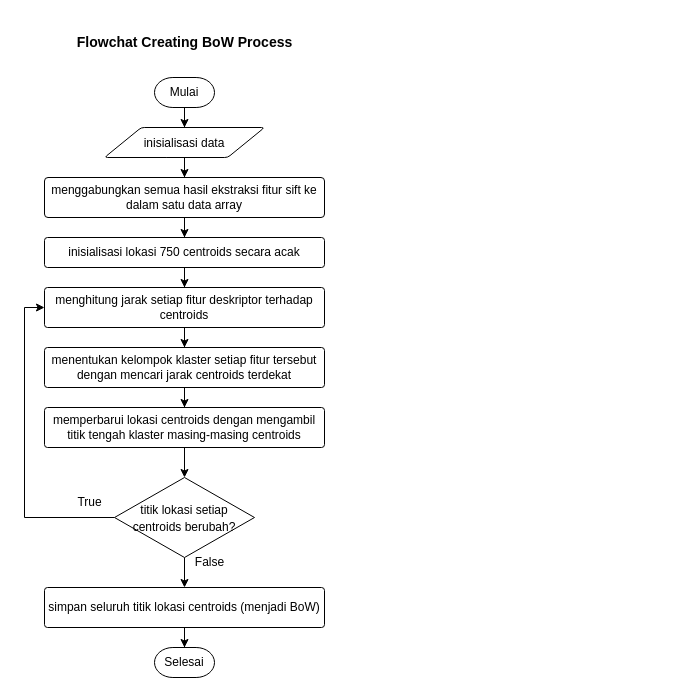
The draw.io diagram page "Flowchart Create BoW" (9 of 13) of Tugas Akhir.drawio in RTAgung/tugas-akhir, before the edit. Source tidied: cells renumbered, new cells numbered last; positions are measured from the earlier drawing's top-left corner, leaving out a move shared by most shapes. Both pictures are drawn from the tidied source at 100%, with x=0, y=0 at pixel (24, 27).
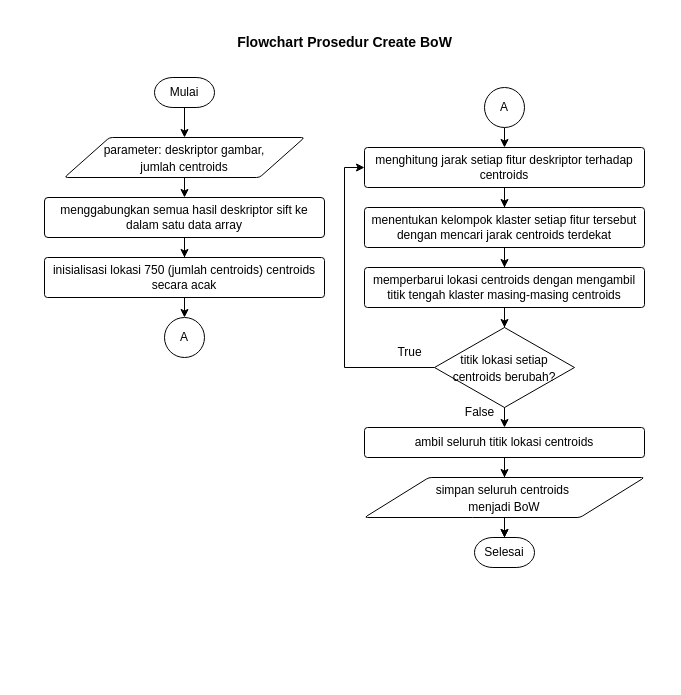
The same diagram, later.

The change refers to these unchanged cells:
```xml
<mxCell id="3" value="Mulai" style="strokeWidth=1;html=1;shape=mxgraph.flowchart.terminator;whiteSpace=wrap;" parent="1" vertex="1">
  <mxGeometry x="130" y="50" width="60" height="30" as="geometry" />
</mxCell>
```

What changed in the source:
```diff
@@
+    <mxCell id="25" style="rounded=0;whiteSpace=wrap;html=1;strokeColor=none;" parent="1" vertex="1">
+      <mxGeometry y="-10" width="640" height="570" as="geometry" />
+    </mxCell>
-    <mxCell id="2" style="edgeStyle=orthogonalEdgeStyle;rounded=0;jettySize=auto;html=1;entryX=0.5;entryY=0;entryDx=0;entryDy=0;fontSize=14;strokeWidth=1;" parent="1" edge="1" source="3" target="7">
+    <mxCell id="2" style="edgeStyle=orthogonalEdgeStyle;rounded=0;jettySize=auto;html=1;entryX=0.5;entryY=0;entryDx=0;entryDy=0;fontSize=14;strokeWidth=1;" parent="1" edge="1" source="3" target="28">
       <mxGeometry relative="1" as="geometry" />
     </mxCell>
@@
-    <mxCell id="5" value="menggabungkan semua hasil ekstraksi fitur sift ke dalam satu data array" style="rounded=1;whiteSpace=wrap;html=1;absoluteArcSize=1;arcSize=7;strokeWidth=1;" parent="1" vertex="1">
-      <mxGeometry x="20" y="150" width="280" height="40" as="geometry" />
+    <mxCell id="5" value="menggabungkan semua hasil deskriptor sift ke dalam satu data array" style="rounded=1;whiteSpace=wrap;html=1;absoluteArcSize=1;arcSize=7;strokeWidth=1;" parent="1" vertex="1">
+      <mxGeometry x="20" y="170" width="280" height="40" as="geometry" />
     </mxCell>
-    <mxCell id="6" style="edgeStyle=orthogonalEdgeStyle;rounded=0;jettySize=auto;html=1;entryX=0.5;entryY=0;entryDx=0;entryDy=0;fontSize=14;strokeWidth=1;" parent="1" edge="1" source="7" target="5">
+    <mxCell id="6" style="edgeStyle=orthogonalEdgeStyle;rounded=0;jettySize=auto;html=1;entryX=0.5;entryY=0;entryDx=0;entryDy=0;fontSize=14;strokeWidth=1;exitX=0.5;exitY=1;exitDx=0;exitDy=0;" parent="1" edge="1" source="28" target="5">
       <mxGeometry relative="1" as="geometry" />
     </mxCell>
-    <mxCell id="7" value="&lt;font style=&quot;font-size: 12px;&quot;&gt;inisialisasi data&lt;/font&gt;" style="shape=parallelogram;html=1;strokeWidth=1;perimeter=parallelogramPerimeter;whiteSpace=wrap;rounded=1;arcSize=6;size=0.23;fontSize=14;" parent="1" vertex="1">
-      <mxGeometry x="80" y="100" width="160" height="30" as="geometry" />
-    </mxCell>
-    <mxCell id="8" style="edgeStyle=orthogonalEdgeStyle;rounded=0;jettySize=auto;html=1;entryX=0.5;entryY=0;entryDx=0;entryDy=0;fontSize=14;strokeWidth=1;" parent="1" edge="1" source="9" target="11">
-      <mxGeometry relative="1" as="geometry" />
-    </mxCell>
+    <mxCell id="26" style="edgeStyle=orthogonalEdgeStyle;rounded=0;jettySize=auto;html=1;exitX=0.5;exitY=1;exitDx=0;exitDy=0;entryX=0.5;entryY=0;entryDx=0;entryDy=0;" parent="1" edge="1" source="9" target="32">
+      <mxGeometry relative="1" as="geometry" />
+    </mxCell>
-    <mxCell id="9" value="inisialisasi lokasi 750 centroids secara acak" style="rounded=1;whiteSpace=wrap;html=1;absoluteArcSize=1;arcSize=6;strokeWidth=1;" parent="1" vertex="1">
-      <mxGeometry x="20" y="210" width="280" height="30" as="geometry" />
+    <mxCell id="9" value="inisialisasi lokasi 750 (jumlah centroids) centroids secara acak" style="rounded=1;whiteSpace=wrap;html=1;absoluteArcSize=1;arcSize=6;strokeWidth=1;" parent="1" vertex="1">
+      <mxGeometry x="20" y="230" width="280" height="40" as="geometry" />
     </mxCell>
@@
     <mxCell id="11" value="menghitung jarak setiap fitur deskriptor terhadap centroids" style="rounded=1;whiteSpace=wrap;html=1;absoluteArcSize=1;arcSize=6;strokeWidth=1;" parent="1" vertex="1">
-      <mxGeometry x="20" y="260" width="280" height="40" as="geometry" />
+      <mxGeometry x="340" y="120" width="280" height="40" as="geometry" />
     </mxCell>
@@
     <mxCell id="13" value="menentukan kelompok klaster setiap fitur tersebut dengan mencari jarak centroids terdekat" style="rounded=1;whiteSpace=wrap;html=1;absoluteArcSize=1;arcSize=6;strokeWidth=1;" parent="1" vertex="1">
-      <mxGeometry x="20" y="320" width="280" height="40" as="geometry" />
+      <mxGeometry x="340" y="180" width="280" height="40" as="geometry" />
     </mxCell>
@@
     <mxCell id="15" value="memperbarui lokasi centroids dengan mengambil titik tengah klaster masing-masing centroids" style="rounded=1;whiteSpace=wrap;html=1;absoluteArcSize=1;arcSize=6;strokeWidth=1;" parent="1" vertex="1">
-      <mxGeometry x="20" y="380" width="280" height="40" as="geometry" />
+      <mxGeometry x="340" y="240" width="280" height="40" as="geometry" />
     </mxCell>
-    <mxCell id="16" value="&lt;font style=&quot;font-size: 14px;&quot;&gt;&lt;b style=&quot;font-size: 14px;&quot;&gt;Flowchat Creating BoW Process&lt;/b&gt;&lt;/font&gt;" style="text;html=1;align=center;verticalAlign=middle;strokeColor=none;fillColor=none;fontSize=14;" parent="1" vertex="1">
-      <mxGeometry x="40" width="240" height="30" as="geometry" />
+    <mxCell id="16" value="&lt;font style=&quot;font-size: 14px;&quot;&gt;&lt;b style=&quot;font-size: 14px;&quot;&gt;Flowchart Prosedur&amp;nbsp;&lt;/b&gt;&lt;/font&gt;&lt;b&gt;Create BoW&lt;/b&gt;" style="text;html=1;align=center;verticalAlign=middle;strokeColor=none;fillColor=none;fontSize=14;" parent="1" vertex="1">
+      <mxGeometry x="200" width="240" height="30" as="geometry" />
     </mxCell>
     <mxCell id="17" style="edgeStyle=orthogonalEdgeStyle;rounded=0;jettySize=auto;html=1;entryX=0;entryY=0.5;entryDx=0;entryDy=0;fontSize=12;strokeWidth=1;exitX=0;exitY=0.5;exitDx=0;exitDy=0;exitPerimeter=0;" parent="1" edge="1" source="19" target="11">
       <mxGeometry relative="1" as="geometry">
         <Array as="points">
-          <mxPoint y="490" />
-          <mxPoint y="280" />
+          <mxPoint x="320" y="340" />
+          <mxPoint x="320" y="140" />
         </Array>
       </mxGeometry>
     </mxCell>
-    <mxCell id="18" style="edgeStyle=orthogonalEdgeStyle;rounded=0;jettySize=auto;html=1;entryX=0.5;entryY=0;entryDx=0;entryDy=0;fontSize=12;strokeWidth=1;" parent="1" edge="1" source="19" target="22">
-      <mxGeometry relative="1" as="geometry" />
+    <mxCell id="18" style="edgeStyle=orthogonalEdgeStyle;rounded=0;jettySize=auto;html=1;entryX=0.5;entryY=0;entryDx=0;entryDy=0;fontSize=12;strokeWidth=1;" parent="1" edge="1" target="22">
+      <mxGeometry relative="1" as="geometry">
+        <mxPoint x="480" y="370" as="sourcePoint" />
+      </mxGeometry>
     </mxCell>
     <mxCell id="19" value="&lt;font style=&quot;font-size: 12px;&quot;&gt;titik lokasi setiap centroids berubah?&lt;/font&gt;" style="strokeWidth=1;html=1;shape=mxgraph.flowchart.decision;whiteSpace=wrap;fontSize=14;" parent="1" vertex="1">
-      <mxGeometry x="90" y="450" width="140" height="80" as="geometry" />
+      <mxGeometry x="410" y="300" width="140" height="80" as="geometry" />
     </mxCell>
     <mxCell id="20" value="True" style="text;html=1;align=center;verticalAlign=middle;strokeColor=none;fillColor=none;fontSize=12;" parent="1" vertex="1">
-      <mxGeometry x="40" y="460" width="50" height="30" as="geometry" />
+      <mxGeometry x="360" y="310" width="50" height="30" as="geometry" />
     </mxCell>
-    <mxCell id="21" style="edgeStyle=orthogonalEdgeStyle;rounded=0;jettySize=auto;html=1;entryX=0.5;entryY=0;entryDx=0;entryDy=0;entryPerimeter=0;fontSize=12;strokeWidth=1;" parent="1" edge="1" source="22" target="24">
-      <mxGeometry relative="1" as="geometry" />
-    </mxCell>
+    <mxCell id="27" style="edgeStyle=orthogonalEdgeStyle;rounded=0;jettySize=auto;html=1;entryX=0.5;entryY=0;entryDx=0;entryDy=0;" parent="1" edge="1" source="22" target="31">
+      <mxGeometry relative="1" as="geometry" />
+    </mxCell>
-    <mxCell id="22" value="simpan seluruh titik lokasi centroids (menjadi BoW)" style="rounded=1;whiteSpace=wrap;html=1;absoluteArcSize=1;arcSize=6;strokeWidth=1;" parent="1" vertex="1">
-      <mxGeometry x="20" y="560" width="280" height="40" as="geometry" />
+    <mxCell id="22" value="ambil seluruh titik lokasi centroids" style="rounded=1;whiteSpace=wrap;html=1;absoluteArcSize=1;arcSize=6;strokeWidth=1;" parent="1" vertex="1">
+      <mxGeometry x="340" y="400" width="280" height="30" as="geometry" />
     </mxCell>
     <mxCell id="23" value="False" style="text;html=1;align=center;verticalAlign=middle;strokeColor=none;fillColor=none;fontSize=12;" parent="1" vertex="1">
-      <mxGeometry x="160" y="520" width="50" height="30" as="geometry" />
+      <mxGeometry x="430" y="370" width="50" height="30" as="geometry" />
     </mxCell>
     <mxCell id="24" value="Selesai" style="strokeWidth=1;html=1;shape=mxgraph.flowchart.terminator;whiteSpace=wrap;" parent="1" vertex="1">
-      <mxGeometry x="130" y="620" width="60" height="30" as="geometry" />
+      <mxGeometry x="450" y="510" width="60" height="30" as="geometry" />
     </mxCell>
+    <mxCell id="28" value="&lt;font style=&quot;font-size: 12px;&quot;&gt;parameter: deskriptor gambar, &lt;br&gt;jumlah centroids&lt;/font&gt;" style="shape=parallelogram;html=1;strokeWidth=1;perimeter=parallelogramPerimeter;whiteSpace=wrap;rounded=1;arcSize=6;size=0.1875;fontSize=14;" parent="1" vertex="1">
+      <mxGeometry x="40" y="110" width="240" height="40" as="geometry" />
+    </mxCell>
+    <mxCell id="29" style="edgeStyle=orthogonalEdgeStyle;rounded=0;jettySize=auto;html=1;" parent="1" edge="1" source="31" target="24">
+      <mxGeometry relative="1" as="geometry" />
+    </mxCell>
+    <mxCell id="30" style="edgeStyle=orthogonalEdgeStyle;rounded=0;jettySize=auto;html=1;" parent="1" edge="1" source="31" target="24">
+      <mxGeometry relative="1" as="geometry" />
+    </mxCell>
+    <mxCell id="31" value="&lt;font style=&quot;font-size: 12px;&quot;&gt;simpan seluruh centroids&amp;nbsp;&lt;br&gt;&lt;/font&gt;&lt;span style=&quot;font-size: 12px;&quot;&gt;menjadi BoW&lt;/span&gt;" style="shape=parallelogram;html=1;strokeWidth=1;perimeter=parallelogramPerimeter;whiteSpace=wrap;rounded=1;arcSize=6;size=0.23;fontSize=14;" parent="1" vertex="1">
+      <mxGeometry x="340" y="450" width="280" height="40" as="geometry" />
+    </mxCell>
+    <mxCell id="32" value="A" style="ellipse;whiteSpace=wrap;html=1;" parent="1" vertex="1">
+      <mxGeometry x="140" y="290" width="40" height="40" as="geometry" />
+    </mxCell>
+    <mxCell id="33" style="edgeStyle=orthogonalEdgeStyle;rounded=0;jettySize=auto;html=1;exitX=0.5;exitY=1;exitDx=0;exitDy=0;entryX=0.5;entryY=0;entryDx=0;entryDy=0;" parent="1" edge="1" source="34" target="11">
+      <mxGeometry relative="1" as="geometry" />
+    </mxCell>
+    <mxCell id="34" value="A" style="ellipse;whiteSpace=wrap;html=1;" parent="1" vertex="1">
+      <mxGeometry x="460" y="60" width="40" height="40" as="geometry" />
+    </mxCell>
```
